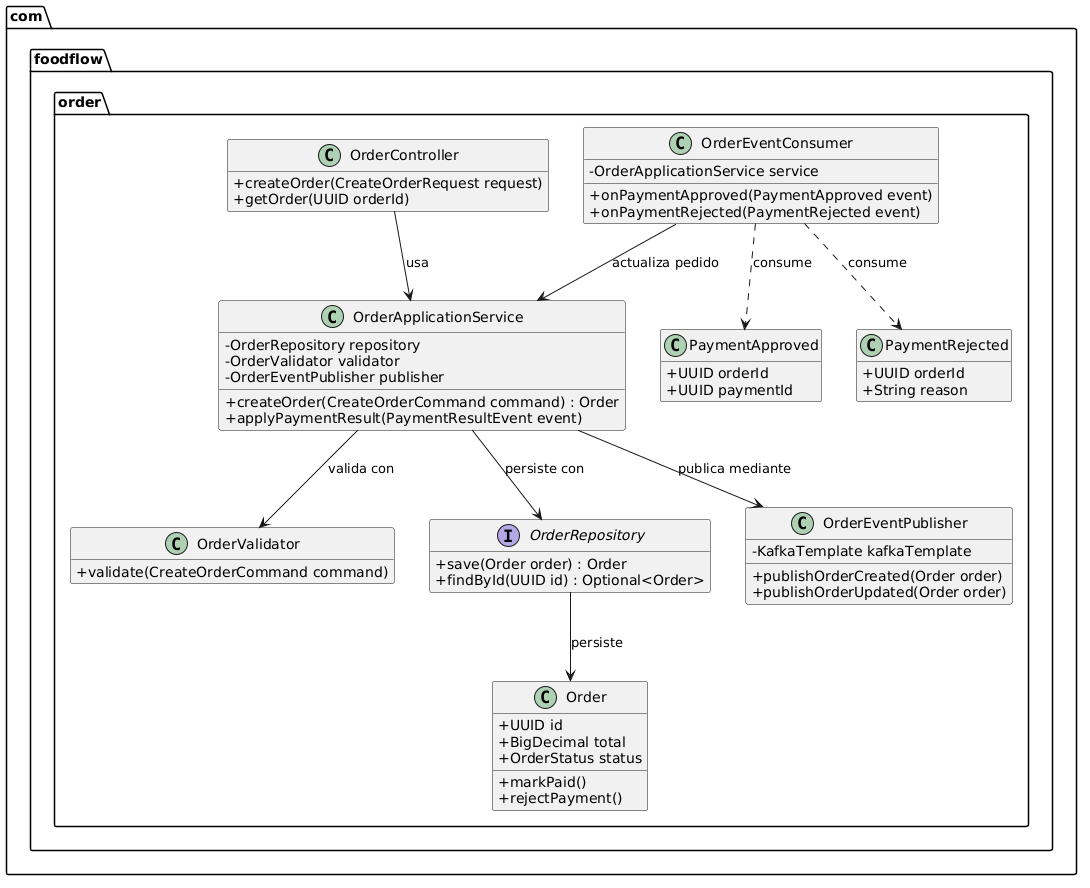
Earlier version of the PlantUML export docs/informe/diagramas/c4-code-order-application-service.png (SarAlbN1/AS-foodflow-EDA). The source it was exported from:
```plantuml
@startuml
skinparam classAttributeIconSize 0
hide empty members

package "com.foodflow.order" {

    class OrderController {
        + createOrder(CreateOrderRequest request)
        + getOrder(UUID orderId)
    }

    class OrderApplicationService {
        - OrderRepository repository
        - OrderValidator validator
        - OrderEventPublisher publisher
        + createOrder(CreateOrderCommand command) : Order
        + applyPaymentResult(PaymentResultEvent event)
    }

    class OrderValidator {
        + validate(CreateOrderCommand command)
    }

    interface OrderRepository {
        + save(Order order) : Order
        + findById(UUID id) : Optional<Order>
    }

    class OrderEventPublisher {
        - KafkaTemplate kafkaTemplate
        + publishOrderCreated(Order order)
        + publishOrderUpdated(Order order)
    }

    class OrderEventConsumer {
        - OrderApplicationService service
        + onPaymentApproved(PaymentApproved event)
        + onPaymentRejected(PaymentRejected event)
    }

    class Order {
        + UUID id
        + BigDecimal total
        + OrderStatus status
        + markPaid()
        + rejectPayment()
    }

    class PaymentApproved {
        + UUID orderId
        + UUID paymentId
    }

    class PaymentRejected {
        + UUID orderId
        + String reason
    }

    OrderController --> OrderApplicationService : usa
    OrderApplicationService --> OrderValidator : valida con
    OrderApplicationService --> OrderRepository : persiste con
    OrderApplicationService --> OrderEventPublisher : publica mediante
    OrderRepository --> Order : persiste
    OrderEventConsumer --> OrderApplicationService : actualiza pedido
    OrderEventConsumer ..> PaymentApproved : consume
    OrderEventConsumer ..> PaymentRejected : consume
}
@enduml
```
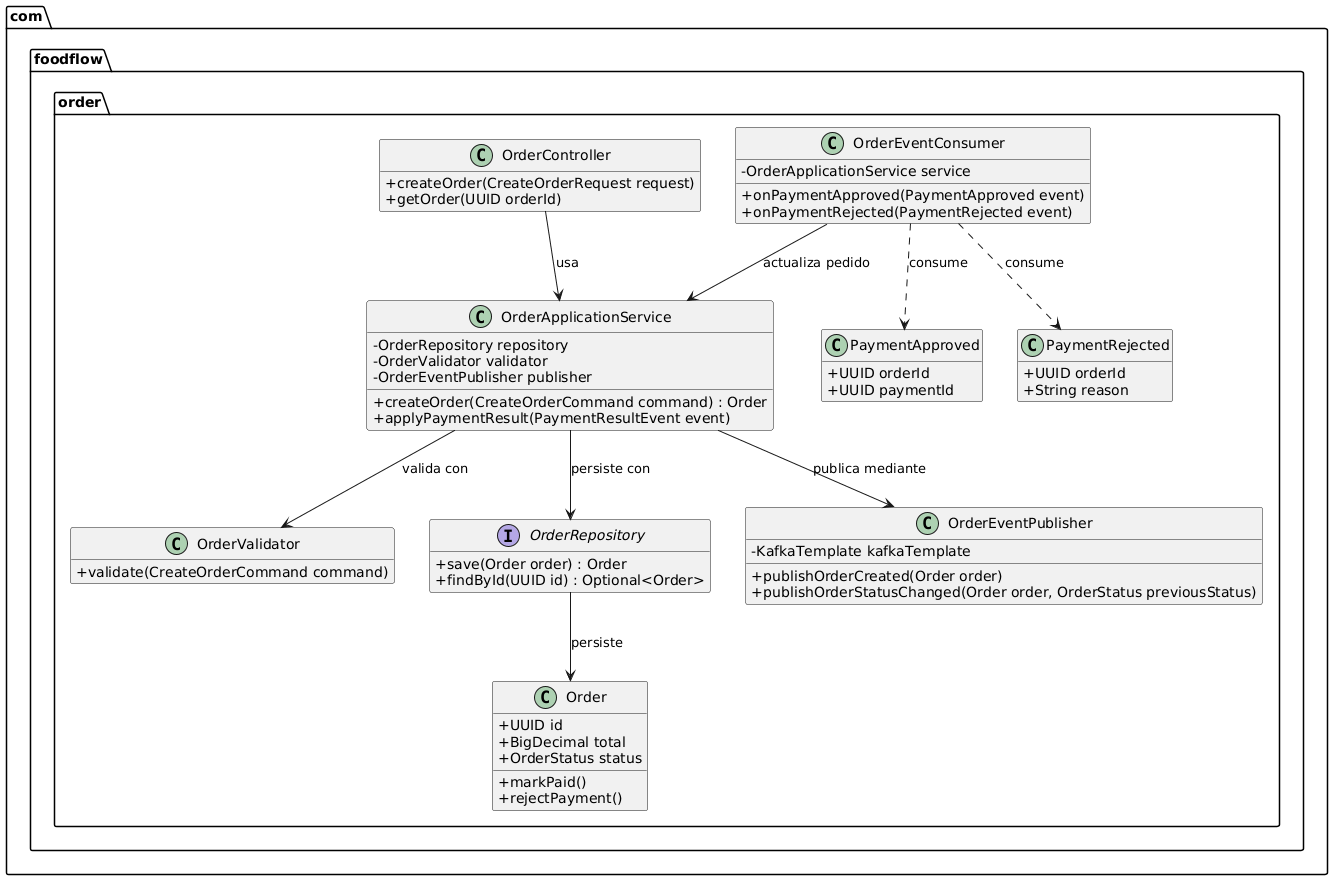
After the change.

Diff of the diagram source:
```diff
@@ -29,7 +29,7 @@
     class OrderEventPublisher {
         - KafkaTemplate kafkaTemplate
         + publishOrderCreated(Order order)
-        + publishOrderUpdated(Order order)
+        + publishOrderStatusChanged(Order order, OrderStatus previousStatus)
     }
 
     class OrderEventConsumer {
```
